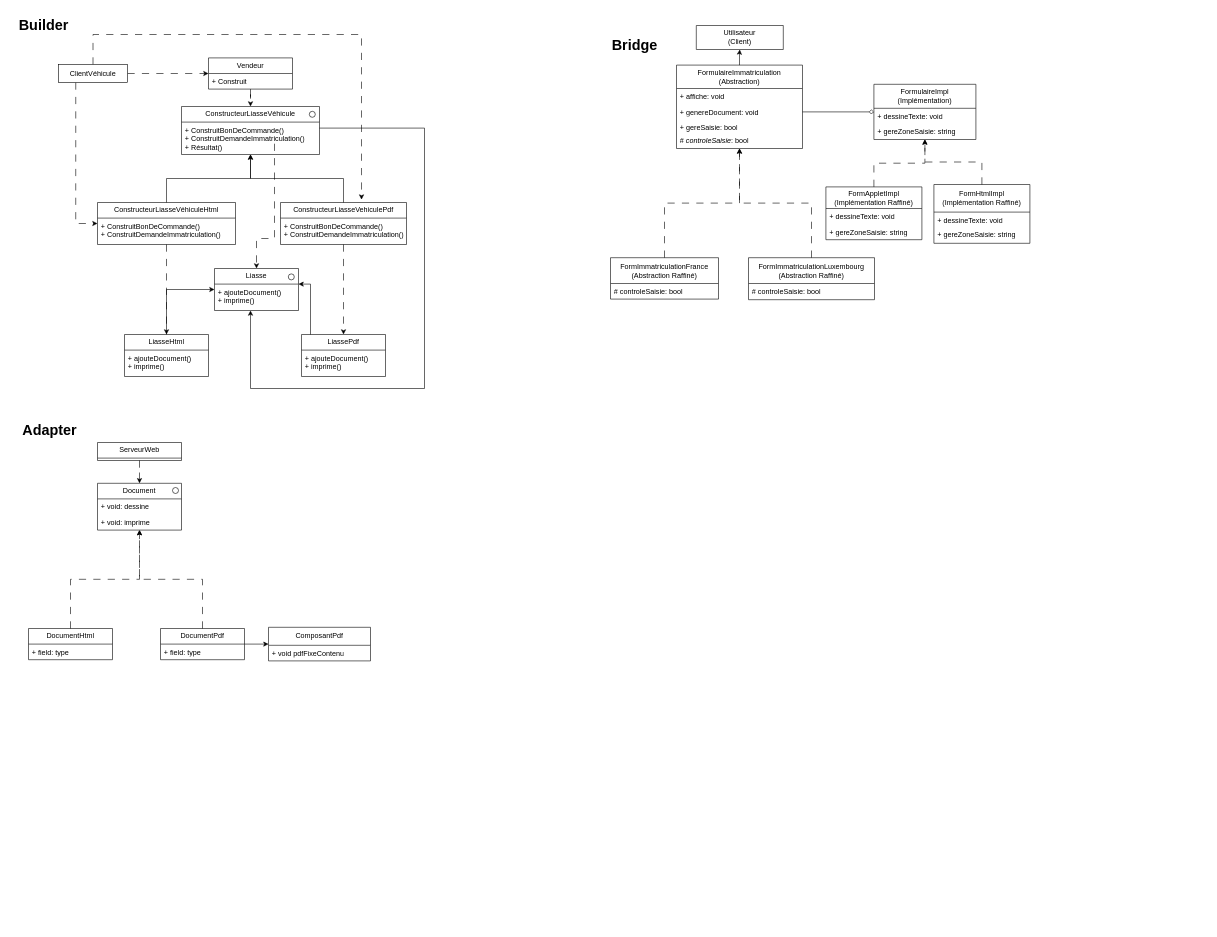
The draw.io diagram Diagram Abstract Builder.drawio in Benjamin0173/DesignPatternCSharp, before the edit. Source tidied: cells renumbered, new cells numbered last; positions are measured from the earlier drawing's top-left corner, leaving out a move shared by most shapes. Both pictures are drawn from the tidied source at 60%, with x=0, y=0 at pixel (10, 10).
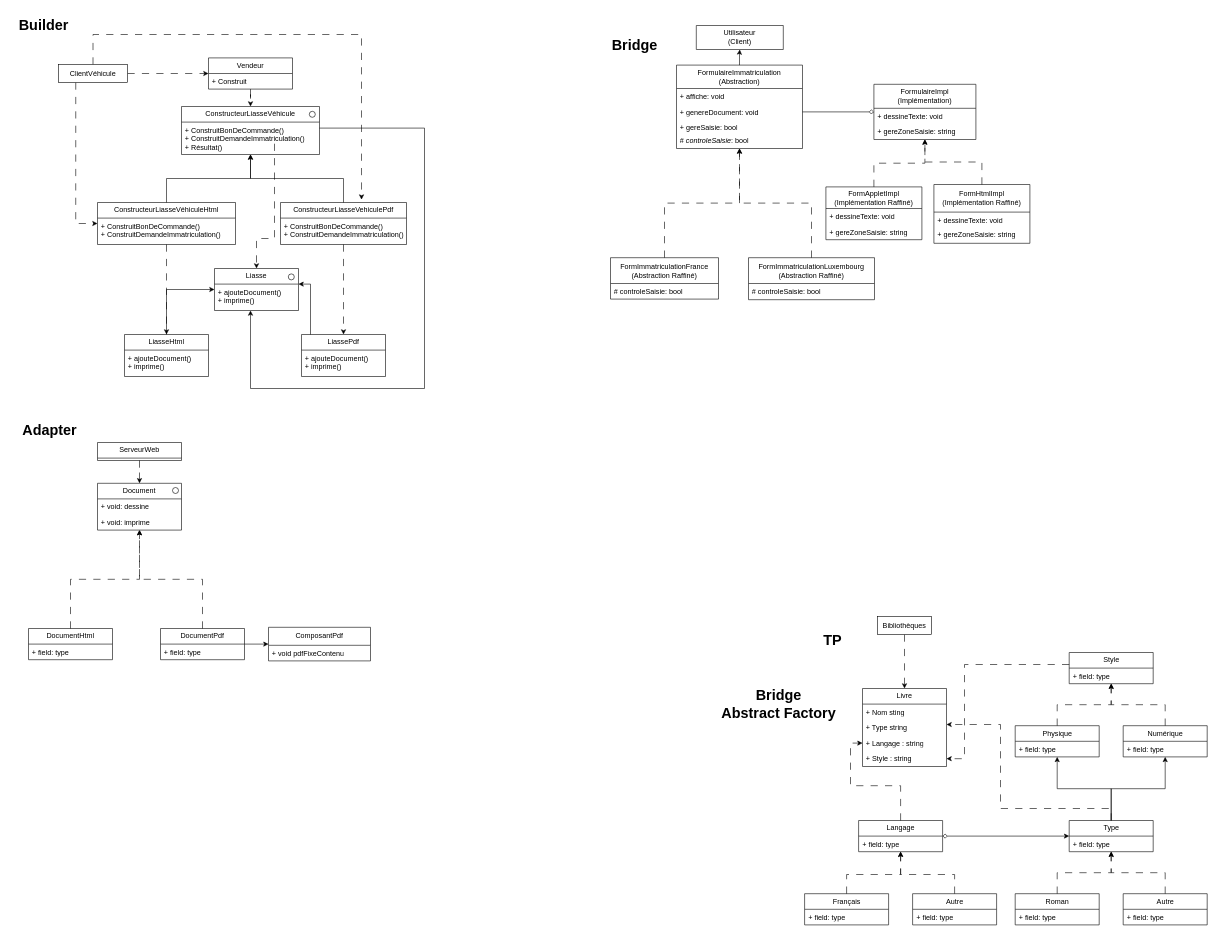
The same page after the edit.

The edit, as a diff of the source:
```diff
@@
+    <mxCell id="74" value="TP" style="text;strokeColor=none;fillColor=none;html=1;fontSize=24;fontStyle=1;verticalAlign=middle;align=center;" parent="1" vertex="1">
+      <mxGeometry x="1320" y="1030" width="100" height="40" as="geometry" />
+    </mxCell>
+    <mxCell id="75" style="edgeStyle=orthogonalEdgeStyle;rounded=0;jettySize=auto;html=1;dashed=1;dashPattern=12 12;" parent="1" edge="1" source="76" target="108">
+      <mxGeometry relative="1" as="geometry" />
+    </mxCell>
+    <mxCell id="76" value="Bibliothèques" style="html=1;whiteSpace=wrap;" parent="1" vertex="1">
+      <mxGeometry x="1445" y="1010" width="90" height="30" as="geometry" />
+    </mxCell>
+    <mxCell id="77" style="edgeStyle=orthogonalEdgeStyle;rounded=0;jettySize=auto;html=1;startArrow=diamond;startFill=0;" parent="1" edge="1" source="79" target="84">
+      <mxGeometry relative="1" as="geometry" />
+    </mxCell>
+    <mxCell id="78" style="edgeStyle=orthogonalEdgeStyle;rounded=0;jettySize=auto;html=1;dashed=1;dashPattern=12 12;" parent="1" edge="1" source="79" target="111">
+      <mxGeometry relative="1" as="geometry" />
+    </mxCell>
+    <mxCell id="79" value="Langage" style="swimlane;fontStyle=0;horizontal=1;startSize=26;fillColor=none;whiteSpace=wrap;html=1;" parent="1" vertex="1">
+      <mxGeometry x="1413.5" y="1350" width="140" height="52" as="geometry" />
+    </mxCell>
+    <mxCell id="80" value="+ field: type" style="text;strokeColor=none;fillColor=none;align=left;verticalAlign=top;spacingLeft=4;spacingRight=4;overflow=hidden;whiteSpace=wrap;html=1;" parent="79" vertex="1">
+      <mxGeometry y="26" width="140" height="26" as="geometry" />
+    </mxCell>
+    <mxCell id="81" style="edgeStyle=orthogonalEdgeStyle;rounded=0;jettySize=auto;html=1;" parent="1" edge="1" source="84" target="105">
+      <mxGeometry relative="1" as="geometry" />
+    </mxCell>
+    <mxCell id="82" style="edgeStyle=orthogonalEdgeStyle;rounded=0;jettySize=auto;html=1;" parent="1" edge="1" source="84" target="102">
+      <mxGeometry relative="1" as="geometry" />
+    </mxCell>
+    <mxCell id="83" style="edgeStyle=orthogonalEdgeStyle;rounded=0;jettySize=auto;html=1;dashed=1;dashPattern=12 12;" parent="1" edge="1" source="84" target="110">
+      <mxGeometry relative="1" as="geometry">
+        <Array as="points">
+          <mxPoint x="1834" y="1330" />
+          <mxPoint x="1650" y="1330" />
+          <mxPoint x="1650" y="1190" />
+        </Array>
+      </mxGeometry>
+    </mxCell>
+    <mxCell id="84" value="Type" style="swimlane;fontStyle=0;horizontal=1;startSize=26;fillColor=none;whiteSpace=wrap;html=1;" parent="1" vertex="1">
+      <mxGeometry x="1764.5" y="1350" width="140" height="52" as="geometry" />
+    </mxCell>
+    <mxCell id="85" value="+ field: type" style="text;strokeColor=none;fillColor=none;align=left;verticalAlign=top;spacingLeft=4;spacingRight=4;overflow=hidden;whiteSpace=wrap;html=1;" parent="84" vertex="1">
+      <mxGeometry y="26" width="140" height="26" as="geometry" />
+    </mxCell>
+    <mxCell id="86" style="edgeStyle=orthogonalEdgeStyle;rounded=0;jettySize=auto;html=1;dashed=1;dashPattern=12 12;" parent="1" edge="1" source="87" target="79">
+      <mxGeometry relative="1" as="geometry">
+        <Array as="points">
+          <mxPoint x="1573.5" y="1440" />
+          <mxPoint x="1483.5" y="1440" />
+        </Array>
+      </mxGeometry>
+    </mxCell>
+    <mxCell id="87" value="Autre" style="swimlane;fontStyle=0;horizontal=1;startSize=26;fillColor=none;whiteSpace=wrap;html=1;" parent="1" vertex="1">
+      <mxGeometry x="1503.5" y="1472" width="140" height="52" as="geometry" />
+    </mxCell>
+    <mxCell id="88" value="+ field: type" style="text;strokeColor=none;fillColor=none;align=left;verticalAlign=top;spacingLeft=4;spacingRight=4;overflow=hidden;whiteSpace=wrap;html=1;" parent="87" vertex="1">
+      <mxGeometry y="26" width="140" height="26" as="geometry" />
+    </mxCell>
+    <mxCell id="89" style="edgeStyle=orthogonalEdgeStyle;rounded=0;jettySize=auto;html=1;dashed=1;dashPattern=12 12;" parent="1" edge="1" source="90" target="79">
+      <mxGeometry relative="1" as="geometry">
+        <Array as="points">
+          <mxPoint x="1393.5" y="1440" />
+          <mxPoint x="1483.5" y="1440" />
+        </Array>
+      </mxGeometry>
+    </mxCell>
+    <mxCell id="90" value="Français" style="swimlane;fontStyle=0;horizontal=1;startSize=26;fillColor=none;whiteSpace=wrap;html=1;" parent="1" vertex="1">
+      <mxGeometry x="1323.5" y="1472" width="140" height="52" as="geometry" />
+    </mxCell>
+    <mxCell id="91" value="+ field: type" style="text;strokeColor=none;fillColor=none;align=left;verticalAlign=top;spacingLeft=4;spacingRight=4;overflow=hidden;whiteSpace=wrap;html=1;" parent="90" vertex="1">
+      <mxGeometry y="26" width="140" height="26" as="geometry" />
+    </mxCell>
+    <mxCell id="92" style="edgeStyle=orthogonalEdgeStyle;rounded=0;jettySize=auto;html=1;dashed=1;dashPattern=12 12;" parent="1" edge="1" source="93" target="84">
+      <mxGeometry relative="1" as="geometry" />
+    </mxCell>
+    <mxCell id="93" value="Autre" style="swimlane;fontStyle=0;horizontal=1;startSize=26;fillColor=none;whiteSpace=wrap;html=1;" parent="1" vertex="1">
+      <mxGeometry x="1854.5" y="1472" width="140" height="52" as="geometry" />
+    </mxCell>
+    <mxCell id="94" value="+ field: type" style="text;strokeColor=none;fillColor=none;align=left;verticalAlign=top;spacingLeft=4;spacingRight=4;overflow=hidden;whiteSpace=wrap;html=1;" parent="93" vertex="1">
+      <mxGeometry y="26" width="140" height="26" as="geometry" />
+    </mxCell>
+    <mxCell id="95" style="edgeStyle=orthogonalEdgeStyle;rounded=0;jettySize=auto;html=1;dashed=1;dashPattern=12 12;" parent="1" edge="1" source="96" target="84">
+      <mxGeometry relative="1" as="geometry" />
+    </mxCell>
+    <mxCell id="96" value="Roman" style="swimlane;fontStyle=0;horizontal=1;startSize=26;fillColor=none;whiteSpace=wrap;html=1;" parent="1" vertex="1">
+      <mxGeometry x="1674.5" y="1472" width="140" height="52" as="geometry" />
+    </mxCell>
+    <mxCell id="97" value="+ field: type" style="text;strokeColor=none;fillColor=none;align=left;verticalAlign=top;spacingLeft=4;spacingRight=4;overflow=hidden;whiteSpace=wrap;html=1;" parent="96" vertex="1">
+      <mxGeometry y="26" width="140" height="26" as="geometry" />
+    </mxCell>
+    <mxCell id="98" style="edgeStyle=orthogonalEdgeStyle;rounded=0;jettySize=auto;html=1;dashed=1;dashPattern=12 12;" parent="1" edge="1" source="99" target="112">
+      <mxGeometry relative="1" as="geometry">
+        <Array as="points">
+          <mxPoint x="1590" y="1090" />
+          <mxPoint x="1590" y="1247" />
+        </Array>
+      </mxGeometry>
+    </mxCell>
+    <mxCell id="99" value="Style" style="swimlane;fontStyle=0;horizontal=1;startSize=26;fillColor=none;whiteSpace=wrap;html=1;" parent="1" vertex="1">
+      <mxGeometry x="1764.5" y="1070" width="140" height="52" as="geometry" />
+    </mxCell>
+    <mxCell id="100" value="+ field: type" style="text;strokeColor=none;fillColor=none;align=left;verticalAlign=top;spacingLeft=4;spacingRight=4;overflow=hidden;whiteSpace=wrap;html=1;" parent="99" vertex="1">
+      <mxGeometry y="26" width="140" height="26" as="geometry" />
+    </mxCell>
+    <mxCell id="101" style="edgeStyle=orthogonalEdgeStyle;rounded=0;jettySize=auto;html=1;dashed=1;dashPattern=12 12;" parent="1" edge="1" source="102" target="99">
+      <mxGeometry relative="1" as="geometry" />
+    </mxCell>
+    <mxCell id="102" value="Numérique" style="swimlane;fontStyle=0;horizontal=1;startSize=26;fillColor=none;whiteSpace=wrap;html=1;" parent="1" vertex="1">
+      <mxGeometry x="1854.5" y="1192" width="140" height="52" as="geometry" />
+    </mxCell>
+    <mxCell id="103" value="+ field: type" style="text;strokeColor=none;fillColor=none;align=left;verticalAlign=top;spacingLeft=4;spacingRight=4;overflow=hidden;whiteSpace=wrap;html=1;" parent="102" vertex="1">
+      <mxGeometry y="26" width="140" height="26" as="geometry" />
+    </mxCell>
+    <mxCell id="104" style="edgeStyle=orthogonalEdgeStyle;rounded=0;jettySize=auto;html=1;dashed=1;dashPattern=12 12;" parent="1" edge="1" source="105" target="99">
+      <mxGeometry relative="1" as="geometry" />
+    </mxCell>
+    <mxCell id="105" value="Physique" style="swimlane;fontStyle=0;horizontal=1;startSize=26;fillColor=none;whiteSpace=wrap;html=1;" parent="1" vertex="1">
+      <mxGeometry x="1674.5" y="1192" width="140" height="52" as="geometry" />
+    </mxCell>
+    <mxCell id="106" value="+ field: type" style="text;strokeColor=none;fillColor=none;align=left;verticalAlign=top;spacingLeft=4;spacingRight=4;overflow=hidden;whiteSpace=wrap;html=1;" parent="105" vertex="1">
+      <mxGeometry y="26" width="140" height="26" as="geometry" />
+    </mxCell>
+    <mxCell id="107" value="Bridge&lt;br&gt;Abstract Factory&lt;br&gt;" style="text;strokeColor=none;fillColor=none;html=1;fontSize=24;fontStyle=1;verticalAlign=middle;align=center;" parent="1" vertex="1">
+      <mxGeometry x="1180" y="1101" width="200" height="110" as="geometry" />
+    </mxCell>
+    <mxCell id="108" value="Livre" style="swimlane;fontStyle=0;horizontal=1;startSize=26;fillColor=none;whiteSpace=wrap;html=1;" parent="1" vertex="1">
+      <mxGeometry x="1420" y="1130" width="140" height="130" as="geometry" />
+    </mxCell>
+    <mxCell id="109" value="+ Nom sting" style="text;strokeColor=none;fillColor=none;align=left;verticalAlign=top;spacingLeft=4;spacingRight=4;overflow=hidden;whiteSpace=wrap;html=1;" parent="108" vertex="1">
+      <mxGeometry y="26" width="140" height="26" as="geometry" />
+    </mxCell>
+    <mxCell id="110" value="+ Type string" style="text;strokeColor=none;fillColor=none;align=left;verticalAlign=top;spacingLeft=4;spacingRight=4;overflow=hidden;points=[[0,0.5],[1,0.5]];portConstraint=eastwest;whiteSpace=wrap;html=1;" parent="108" vertex="1">
+      <mxGeometry y="52" width="140" height="26" as="geometry" />
+    </mxCell>
+    <mxCell id="111" value="+ Langage : string" style="text;strokeColor=none;fillColor=none;align=left;verticalAlign=top;spacingLeft=4;spacingRight=4;overflow=hidden;points=[[0,0.5],[1,0.5]];portConstraint=eastwest;whiteSpace=wrap;html=1;" parent="108" vertex="1">
+      <mxGeometry y="78" width="140" height="26" as="geometry" />
+    </mxCell>
+    <mxCell id="112" value="+ Style : string" style="text;strokeColor=none;fillColor=none;align=left;verticalAlign=top;spacingLeft=4;spacingRight=4;overflow=hidden;points=[[0,0.5],[1,0.5]];portConstraint=eastwest;whiteSpace=wrap;html=1;" parent="108" vertex="1">
+      <mxGeometry y="104" width="140" height="26" as="geometry" />
+    </mxCell>
```
